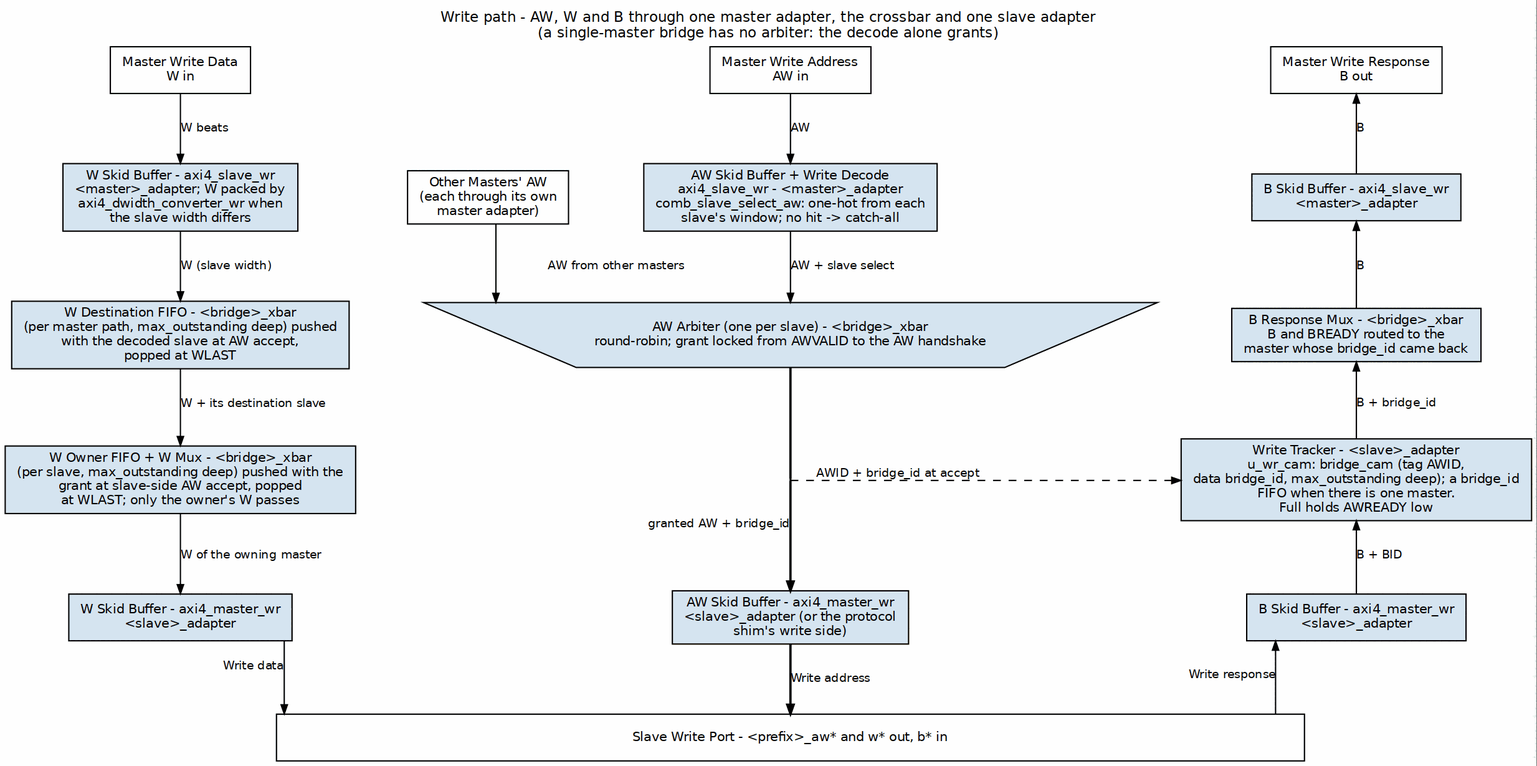
This is projects/components/fabric-gen-ip/bridge/docs/bridge_has/assets/graphviz/write_path_flow.png from sean-galloway/RTLDesignSherpa, a Graphviz export, as it was before one commit. Its source is kept beside it as projects/components/fabric-gen-ip/bridge/docs/bridge_has/assets/graphviz/write_path_flow.dot.
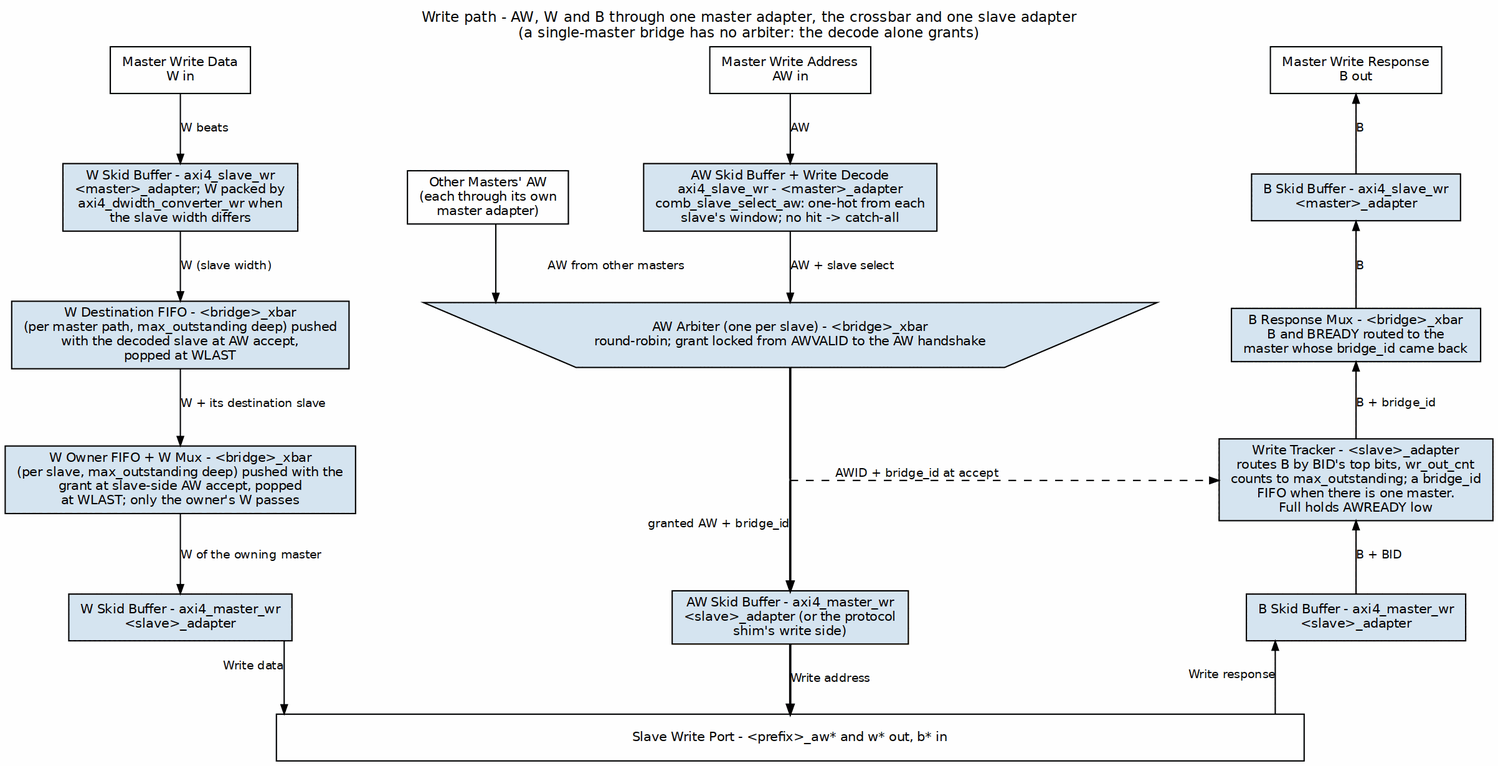
The same diagram one commit later.

Change to the diagram source:
```diff
@@ -24,7 +24,7 @@
     wdest -> arb -> rmux [style=invis];
     wown [label="W Owner FIFO + W Mux - <bridge>_xbar\n(per slave, max_outstanding deep) pushed with the\ngrant at slave-side AW accept, popped\nat WLAST; only the owner's W passes", group=L];
     pc3 [shape=point, width=0.01, label="", group=C];
-    trk [label="Write Tracker - <slave>_adapter\nu_wr_cam: bridge_cam (tag AWID,\ndata bridge_id, max_outstanding deep); a bridge_id\nFIFO when there is one master.\nFull holds AWREADY low", group=R];
+    trk [label="Write Tracker - <slave>_adapter\nroutes B by BID's top bits, wr_out_cnt\ncounts to max_outstanding; a bridge_id\nFIFO when there is one master.\nFull holds AWREADY low", group=R];
     { rank=same; wown; pc3; trk; }
     wown -> pc3 [style=invis];
     sW [label="W Skid Buffer - axi4_master_wr\n<slave>_adapter", group=L];
```
